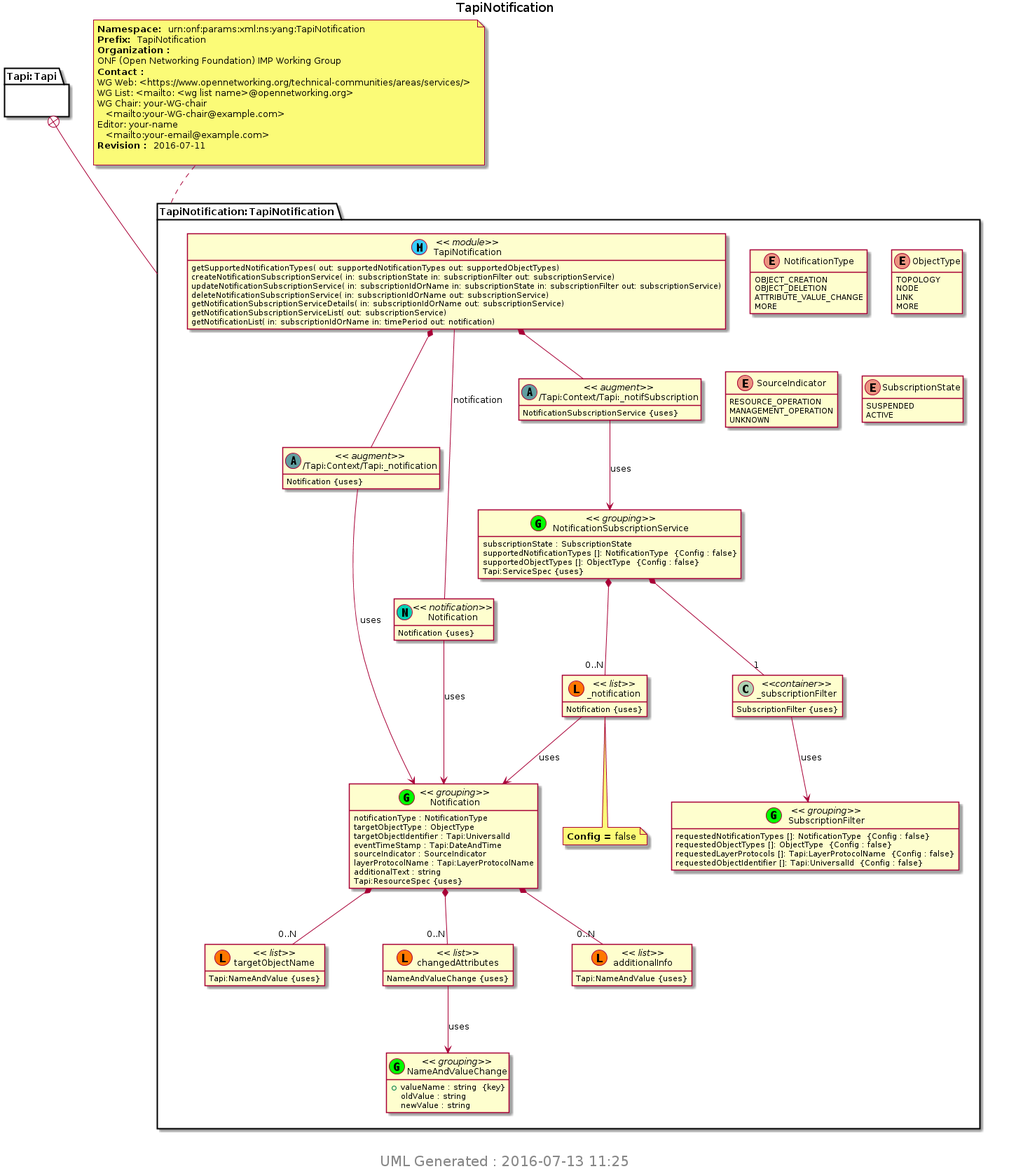
Above: YANG/pyang_uml/TapiNotification.png in Open-Network-Models-and-Interfaces-ONMI/TAPI (PlantUML), before the change.
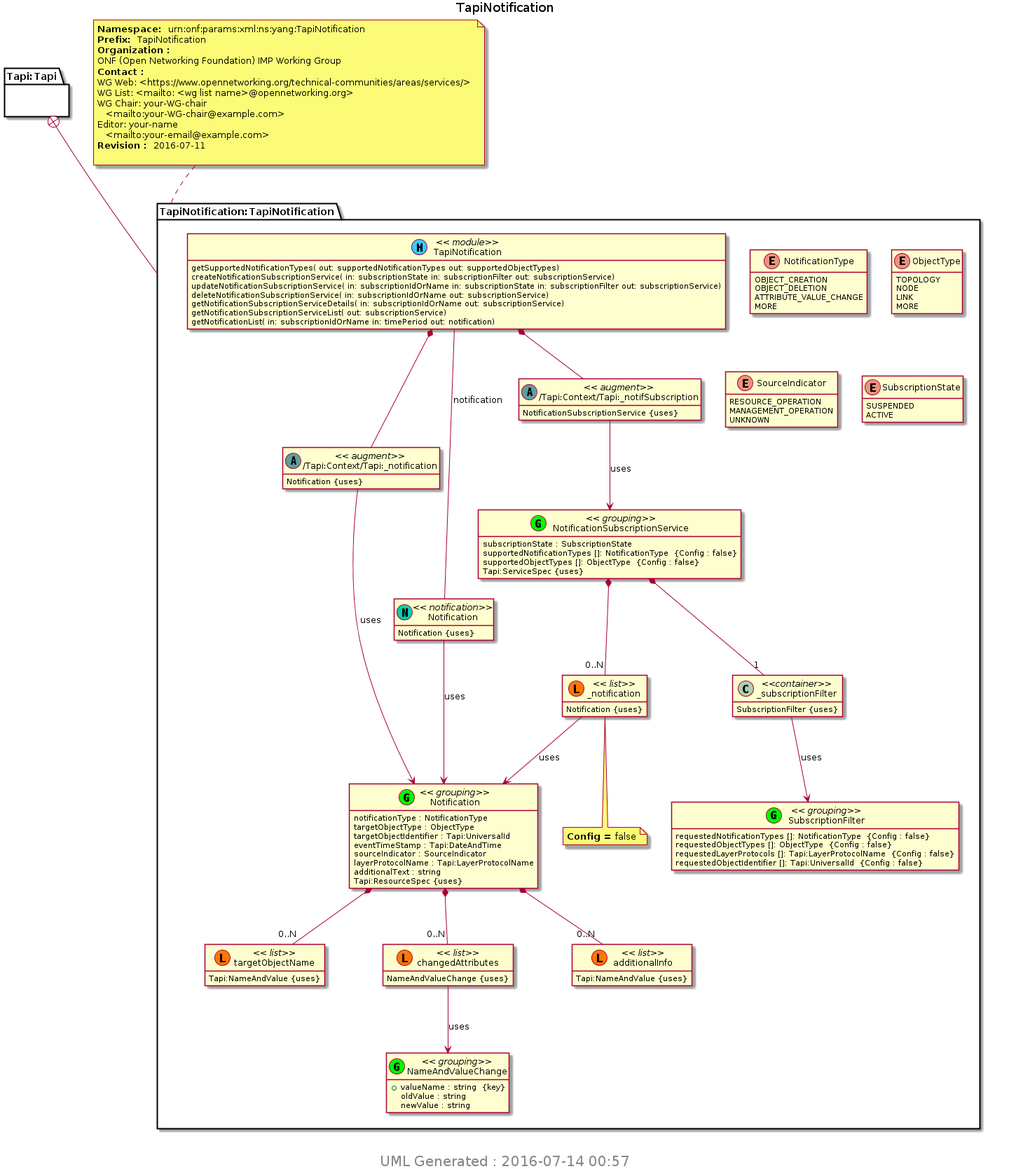
Above is the later version.

Diff of the diagram source:
```diff
@@ -101,6 +101,6 @@
 TapiNotification_I_Notification --> TapiNotification_I_Notification_grouping : uses
 TapiNotification_I_Notification_I_changedAttributes --> TapiNotification_I_NameAndValueChange_grouping : uses
 center footer
- <size:20> UML Generated : 2016-07-13 11:25 </size>
+ <size:20> UML Generated : 2016-07-14 00:57 </size>
  endfooter
 @enduml
```
